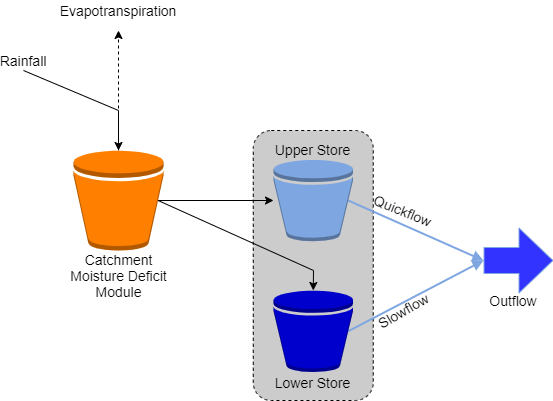
ConnectedSystems/cotter_ensemble keeps this draw.io diagram as figures/ihacres_cotter_concept_fig.png. Above is the earlier version. Source tidied: cells renumbered, new cells last; positions are measured from the earlier drawing's top-left corner, leaving out a move shared by most shapes.
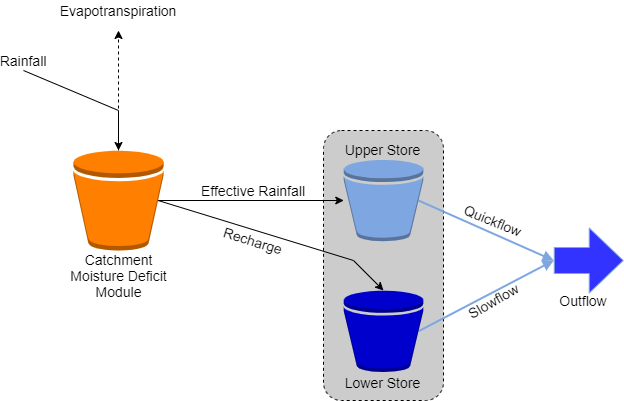
The same diagram one commit later.

Diff of the diagram source:
```diff
@@ -3,7 +3,7 @@
     <mxCell id="0" />
     <mxCell id="1" parent="0" />
     <mxCell id="2" style="rounded=1;whiteSpace=wrap;html=1;fillColor=#999999;gradientColor=none;dashed=1;fillOpacity=50;" parent="1" vertex="1">
-      <mxGeometry x="249.8" y="130" width="120" height="270" as="geometry" />
+      <mxGeometry x="320" y="130" width="120" height="270" as="geometry" />
     </mxCell>
     <mxCell id="3" style="edgeStyle=orthogonalEdgeStyle;rounded=0;jettySize=auto;html=1;exitX=0.5;exitY=0;exitDx=0;exitDy=0;exitPerimeter=0;dashed=1;" parent="1" edge="1" source="5">
       <mxGeometry relative="1" as="geometry">
@@ -34,47 +34,53 @@
     </mxCell>
     <mxCell id="10" style="edgeStyle=none;rounded=0;jettySize=auto;html=1;exitX=0.94;exitY=0.5;exitDx=0;exitDy=0;exitPerimeter=0;startArrow=none;startFill=0;endArrow=block;endFill=1;strokeColor=#7EA6E0;fillColor=#3333FF;strokeWidth=2;" parent="1" edge="1" source="11">
       <mxGeometry relative="1" as="geometry">
-        <mxPoint x="480" y="260" as="targetPoint" />
+        <mxPoint x="550.2" y="260" as="targetPoint" />
       </mxGeometry>
     </mxCell>
     <mxCell id="11" style="outlineConnect=0;dashed=0;verticalLabelPosition=bottom;verticalAlign=top;align=center;html=1;shape=mxgraph.aws3.bucket;fillColor=#7EA6E0;gradientColor=none;" parent="1" vertex="1">
-      <mxGeometry x="270" y="159.2" width="79.5" height="81.5" as="geometry" />
+      <mxGeometry x="340.2" y="159.2" width="79.5" height="81.5" as="geometry" />
     </mxCell>
     <mxCell id="12" style="edgeStyle=none;rounded=0;jettySize=auto;html=1;exitX=0.5;exitY=0;exitDx=0;exitDy=0;exitPerimeter=0;startArrow=classic;startFill=1;endArrow=none;endFill=0;entryX=0.94;entryY=0.5;entryDx=0;entryDy=0;entryPerimeter=0;" parent="1" edge="1" source="14" target="5">
       <mxGeometry relative="1" as="geometry">
         <Array as="points">
-          <mxPoint x="310" y="270" />
+          <mxPoint x="350" y="260" />
         </Array>
       </mxGeometry>
     </mxCell>
     <mxCell id="13" style="edgeStyle=none;rounded=0;jettySize=auto;html=1;exitX=0.94;exitY=0.5;exitDx=0;exitDy=0;exitPerimeter=0;startArrow=none;startFill=0;endArrow=block;endFill=1;strokeColor=#7EA6E0;fillColor=#3333FF;strokeWidth=2;" parent="1" edge="1" source="14">
       <mxGeometry relative="1" as="geometry">
-        <mxPoint x="480" y="260" as="targetPoint" />
+        <mxPoint x="550.2" y="260" as="targetPoint" />
       </mxGeometry>
     </mxCell>
     <mxCell id="14" style="outlineConnect=0;dashed=0;verticalLabelPosition=bottom;verticalAlign=top;align=center;html=1;shape=mxgraph.aws3.bucket;fillColor=#0000CC;gradientColor=none;" parent="1" vertex="1">
-      <mxGeometry x="270" y="290" width="79.5" height="81.5" as="geometry" />
+      <mxGeometry x="340.2" y="290" width="79.5" height="81.5" as="geometry" />
     </mxCell>
     <mxCell id="15" value="&lt;font style=&quot;font-size: 14px&quot;&gt;Upper Store&lt;/font&gt;" style="text;html=1;strokeColor=none;fillColor=none;align=center;verticalAlign=middle;whiteSpace=wrap;rounded=0;" parent="1" vertex="1">
-      <mxGeometry x="267.1" y="139.2" width="85.4" height="20" as="geometry" />
+      <mxGeometry x="337.3" y="139.2" width="85.4" height="20" as="geometry" />
     </mxCell>
     <mxCell id="16" value="&lt;font style=&quot;font-size: 14px&quot;&gt;Lower Store&lt;/font&gt;" style="text;html=1;strokeColor=none;fillColor=none;align=center;verticalAlign=middle;whiteSpace=wrap;rounded=0;" parent="1" vertex="1">
-      <mxGeometry x="267.1" y="371.5" width="85.4" height="20" as="geometry" />
+      <mxGeometry x="337.3" y="371.5" width="85.4" height="20" as="geometry" />
     </mxCell>
     <mxCell id="17" style="shape=flexArrow;endArrow=classic;html=1;endWidth=38;endSize=11;width=26;strokeColor=#7EA6E0;fillColor=#3333FF;" parent="1" edge="1">
       <mxGeometry relative="1" as="geometry">
-        <mxPoint x="480" y="260" as="sourcePoint" />
-        <mxPoint x="550" y="260" as="targetPoint" />
+        <mxPoint x="550.2" y="260" as="sourcePoint" />
+        <mxPoint x="620.2" y="260" as="targetPoint" />
       </mxGeometry>
     </mxCell>
     <mxCell id="18" value="&lt;font style=&quot;font-size: 14px&quot;&gt;Quickflow&lt;/font&gt;" style="text;html=1;strokeColor=none;fillColor=none;align=center;verticalAlign=middle;whiteSpace=wrap;rounded=0;rotation=22;" parent="1" vertex="1">
-      <mxGeometry x="380" y="200" width="40" height="20" as="geometry" />
+      <mxGeometry x="470.2" y="210" width="40" height="20" as="geometry" />
     </mxCell>
     <mxCell id="19" value="&lt;font style=&quot;font-size: 14px&quot;&gt;Slowflow&lt;/font&gt;" style="text;html=1;strokeColor=none;fillColor=none;align=center;verticalAlign=middle;whiteSpace=wrap;rounded=0;rotation=-30;" parent="1" vertex="1">
-      <mxGeometry x="380" y="300" width="40" height="20" as="geometry" />
+      <mxGeometry x="470.2" y="290" width="40" height="20" as="geometry" />
     </mxCell>
     <mxCell id="20" value="&lt;font style=&quot;font-size: 14px&quot;&gt;Outflow&lt;/font&gt;" style="text;html=1;strokeColor=none;fillColor=none;align=center;verticalAlign=middle;whiteSpace=wrap;rounded=0;" parent="1" vertex="1">
-      <mxGeometry x="490" y="290" width="40" height="20" as="geometry" />
+      <mxGeometry x="560.2" y="290" width="40" height="20" as="geometry" />
     </mxCell>
+    <mxCell id="21" value="&lt;font style=&quot;font-size: 14px&quot;&gt;Effective Rainfall&lt;/font&gt;" style="text;html=1;strokeColor=none;fillColor=none;align=center;verticalAlign=middle;whiteSpace=wrap;rounded=0;" parent="1" vertex="1">
+      <mxGeometry x="190" y="180" width="120" height="20" as="geometry" />
+    </mxCell>
+    <mxCell id="22" value="&lt;font style=&quot;font-size: 14px&quot;&gt;Recharge&lt;/font&gt;" style="text;html=1;strokeColor=none;fillColor=none;align=center;verticalAlign=middle;whiteSpace=wrap;rounded=0;rotation=17;" parent="1" vertex="1">
+      <mxGeometry x="230" y="230" width="40" height="20" as="geometry" />
+    </mxCell>
   </root>
 </mxGraphModel>
```
